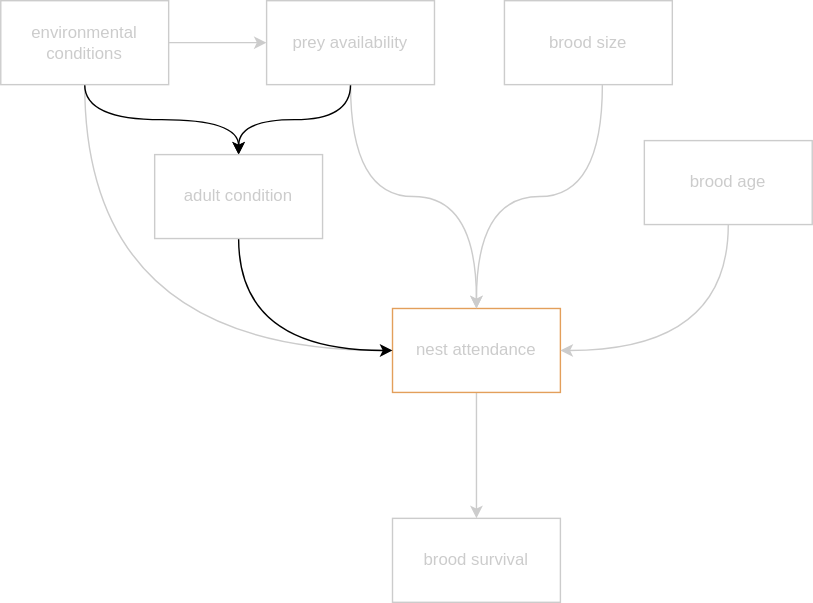
This is documents/dag.drawio.svg from robert-sipho/pefa_nest-cam, a draw.io export, as it was before one commit. Source tidied: cells renumbered, new cells last; positions are measured from the earlier drawing's top-left corner, leaving out a move shared by most shapes.
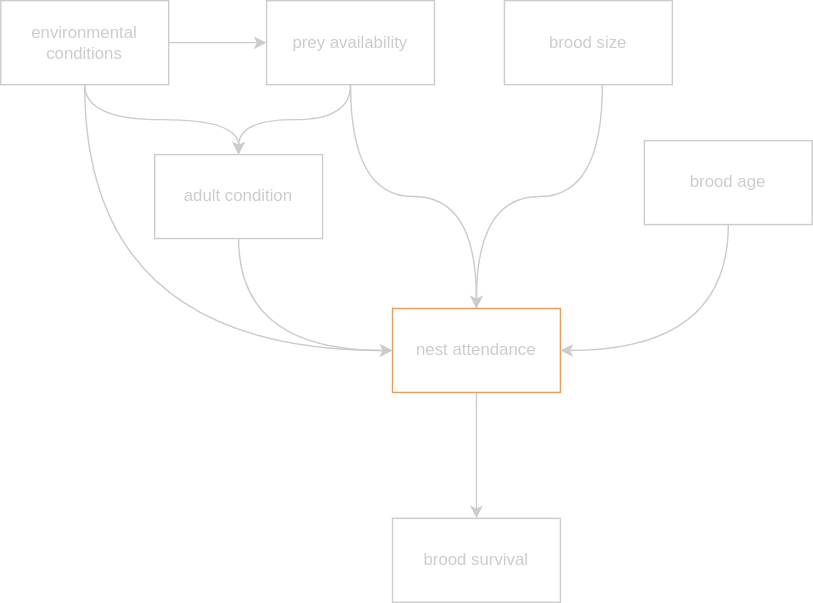
After the change.

Commit message:
fleshing out concept

Diff of the diagram source:
```diff
@@ -14,7 +14,7 @@
     <mxCell id="5" style="edgeStyle=orthogonalEdgeStyle;jettySize=auto;html=1;entryX=0.5;entryY=0;entryDx=0;entryDy=0;strokeColor=#CCCCCC;curved=1;" parent="1" edge="1" source="7" target="3">
       <mxGeometry relative="1" as="geometry" />
     </mxCell>
-    <mxCell id="6" style="edgeStyle=orthogonalEdgeStyle;jettySize=auto;html=1;entryX=0.5;entryY=0;entryDx=0;entryDy=0;curved=1;" parent="1" edge="1" source="7" target="17">
+    <mxCell id="6" style="edgeStyle=orthogonalEdgeStyle;jettySize=auto;html=1;entryX=0.5;entryY=0;entryDx=0;entryDy=0;curved=1;strokeColor=#CCCCCC;" parent="1" edge="1" source="7" target="17">
       <mxGeometry relative="1" as="geometry" />
     </mxCell>
     <mxCell id="7" value="prey availability" style="rounded=0;whiteSpace=wrap;html=1;fillColor=none;strokeColor=#CCCCCC;fontColor=#CCCCCC;" parent="1" vertex="1">
@@ -51,13 +51,13 @@
     <mxCell id="13" style="edgeStyle=orthogonalEdgeStyle;rounded=0;jettySize=auto;html=1;entryX=0;entryY=0.5;entryDx=0;entryDy=0;strokeColor=#CCCCCC;" parent="1" edge="1" source="15" target="7">
       <mxGeometry relative="1" as="geometry" />
     </mxCell>
-    <mxCell id="14" style="edgeStyle=orthogonalEdgeStyle;jettySize=auto;html=1;entryX=0.5;entryY=0;entryDx=0;entryDy=0;curved=1;" parent="1" edge="1" source="15" target="17">
+    <mxCell id="14" style="edgeStyle=orthogonalEdgeStyle;jettySize=auto;html=1;entryX=0.5;entryY=0;entryDx=0;entryDy=0;curved=1;strokeColor=#CCCCCC;" parent="1" edge="1" source="15" target="17">
       <mxGeometry relative="1" as="geometry" />
     </mxCell>
     <mxCell id="15" value="environmental conditions" style="rounded=0;whiteSpace=wrap;html=1;fillColor=none;strokeColor=#CCCCCC;fontColor=#CCCCCC;" parent="1" vertex="1">
       <mxGeometry width="120" height="60" as="geometry" />
     </mxCell>
-    <mxCell id="16" style="edgeStyle=orthogonalEdgeStyle;curved=1;jettySize=auto;html=1;entryX=0;entryY=0.5;entryDx=0;entryDy=0;exitX=0.5;exitY=1;exitDx=0;exitDy=0;" parent="1" edge="1" source="17" target="3">
+    <mxCell id="16" style="edgeStyle=orthogonalEdgeStyle;curved=1;jettySize=auto;html=1;entryX=0;entryY=0.5;entryDx=0;entryDy=0;exitX=0.5;exitY=1;exitDx=0;exitDy=0;strokeColor=#CCCCCC;" parent="1" edge="1" source="17" target="3">
       <mxGeometry relative="1" as="geometry" />
     </mxCell>
     <mxCell id="17" value="adult condition" style="rounded=0;whiteSpace=wrap;html=1;fillColor=none;strokeColor=#CCCCCC;fontColor=#CCCCCC;" parent="1" vertex="1">
```
